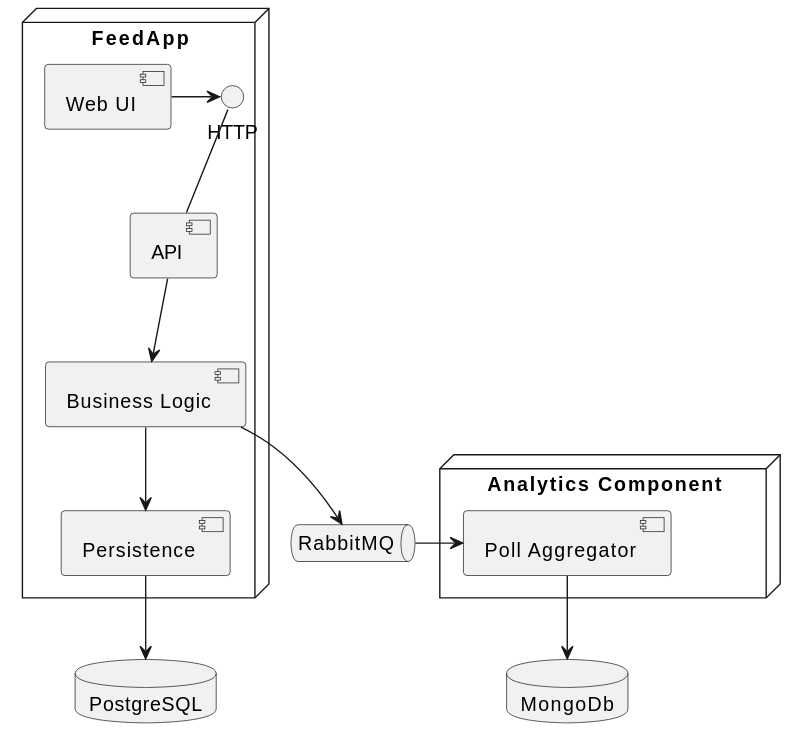
Earlier version of the PlantUML export projectdescription/assets/FeedApp.svg (selabhvl/dat250public).
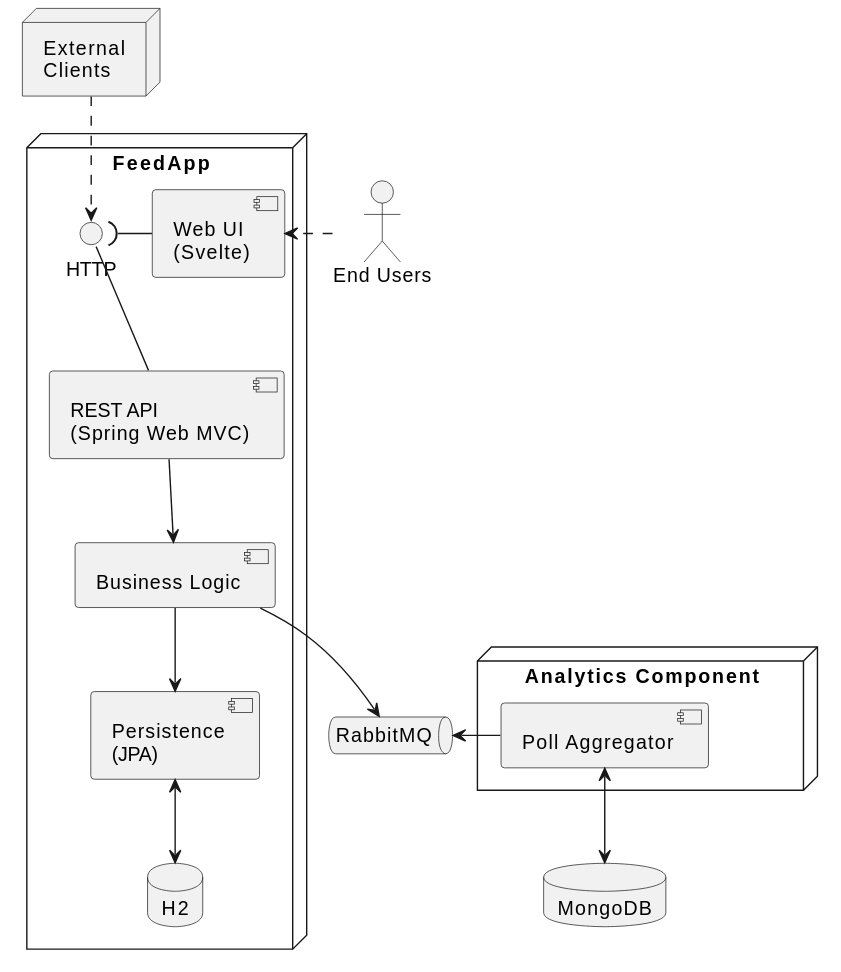
After the commit.

Commit message:
updated the project description and the diagram

Change to the diagram source:
```diff
@@ -1,17 +1,29 @@
 @startuml
-database "PostgreSQL" as db
-node FeedApp {
- [API] -up- HTTP
- [API] --> [Business Logic]
- [Business Logic] --> [Persistence]
- [Persistence] --> db
- [Web UI] -> HTTP
+node "External\nClients" as mu
+node "FeedApp" {
+component "Web UI\n(Svelte)" as ui
+interface HTTP
+component "REST API\n(Spring Web MVC)" as api
+ui -left-( HTTP
+api -up- HTTP
+component "Business Logic" as dom
+component "Persistence\n(JPA)" as per
+database H2
+api -down-> dom
+dom -down-> per
+per <-down-> H2
 }
-queue "RabbitMQ" as q
-database "MongoDb" as db2
+database "MongoDB" as mongo
+
 node "Analytics Component" {
-  [Poll Aggregator] --> db2
+component "Poll Aggregator" as agg
 }
-q -> [Poll Aggregator]
-[Business Logic] --> q
+queue "RabbitMQ" as msg
+agg <-down-> mongo
+agg -left-> msg
+dom --> msg
+
+actor "End Users"  as ru
+ru .> ui
+mu .down.> HTTP
 @enduml
```
